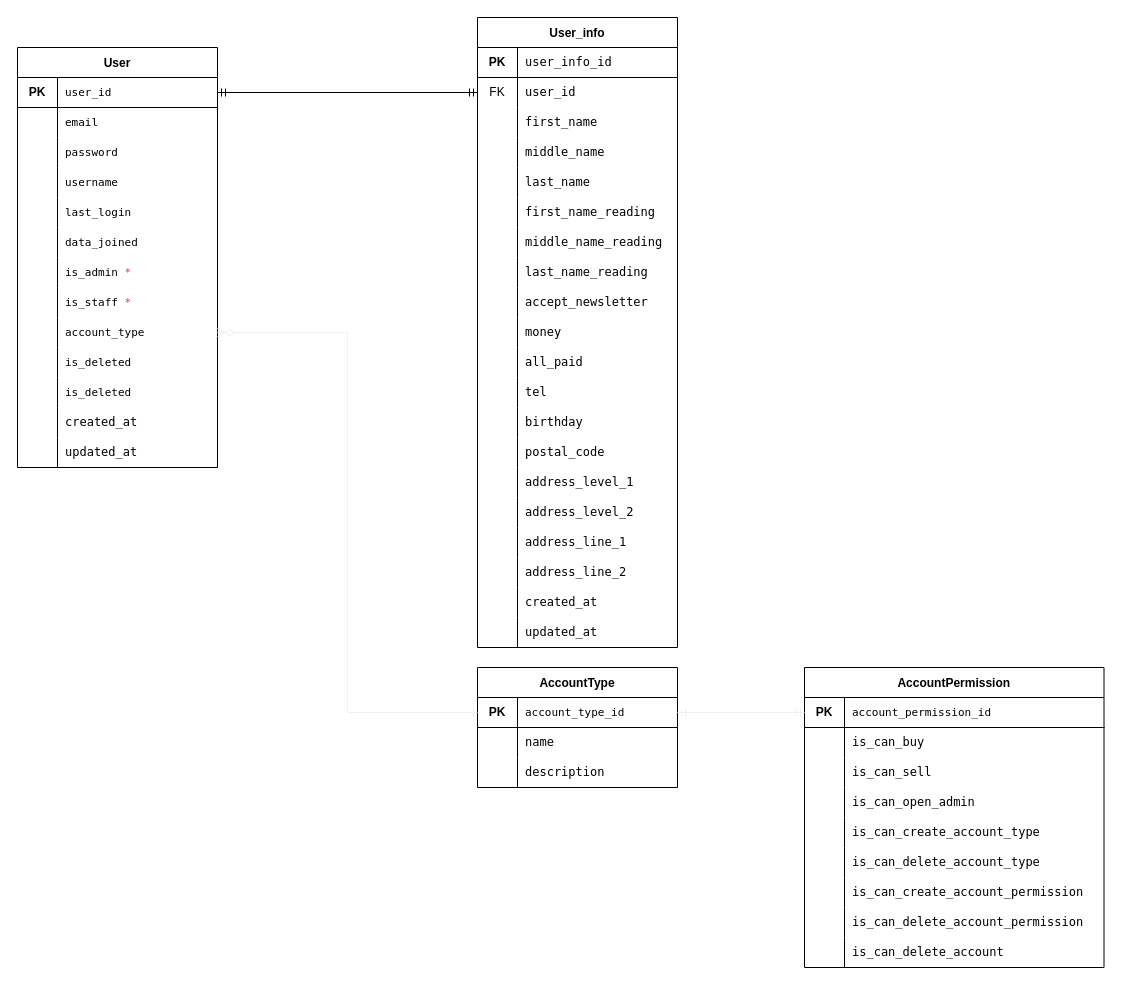
WebAppClub/ClubProject keeps this draw.io diagram as Doc/api/Doc/account/account.drawio. Above is the earlier version. Source tidied: cells renumbered, new cells numbered last; positions are measured from the earlier drawing's top-left corner, leaving out a move shared by most shapes. Both pictures are drawn from the tidied source at 100%, with x=0, y=0 at pixel (17, 17).
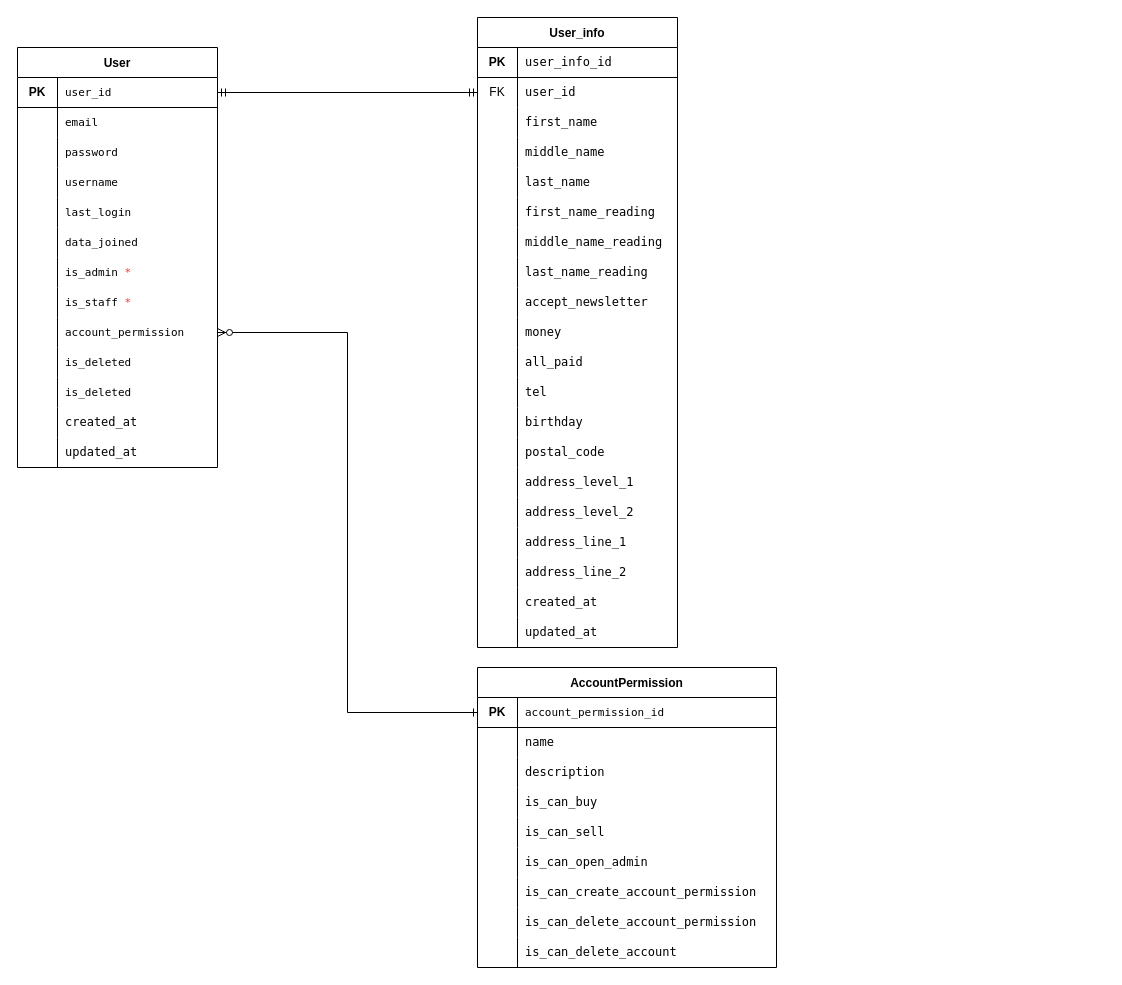
The same diagram, later.

Commit message (it also covers changes not shown here):
Account PermissionsとAccount Typeを合体!

Unchanged cells that the change refers to:
```xml
<mxCell id="27" style="shape=partialRectangle;html=1;whiteSpace=wrap;fillColor=none;top=0;left=0;bottom=0;right=0;points=[[0,0.5],[1,0.5]];portConstraint=eastwest;" parent="2" vertex="1">
  <mxGeometry y="270" width="200" height="30" as="geometry" />
</mxCell>
```

The edit, as a diff of the source:
```diff
@@
-    <mxCell id="29" value="&lt;font face=&quot;menlo, monaco, courier new, monospace&quot;&gt;&lt;span style=&quot;font-size: 11px&quot;&gt;account_type&lt;/span&gt;&lt;/font&gt;" style="shape=partialRectangle;html=1;whiteSpace=wrap;fillColor=none;top=0;left=0;bottom=0;right=0;align=left;spacingLeft=6;overflow=hidden;strokeColor=none;" parent="27" vertex="1">
+    <mxCell id="29" value="&lt;font face=&quot;menlo, monaco, courier new, monospace&quot;&gt;&lt;span style=&quot;font-size: 11px&quot;&gt;account_permission&lt;/span&gt;&lt;/font&gt;" style="shape=partialRectangle;html=1;whiteSpace=wrap;fillColor=none;top=0;left=0;bottom=0;right=0;align=left;spacingLeft=6;overflow=hidden;strokeColor=none;" parent="27" vertex="1">
       <mxGeometry x="40" width="160" height="30" as="geometry" />
     </mxCell>
@@
-    <mxCell id="104" value="AccountType" style="shape=table;startSize=30;childLayout=tableLayout;rowLines=0;fontStyle=1;align=center;" parent="1" vertex="1">
-      <mxGeometry x="460" y="650" width="200" height="120" as="geometry" />
+    <mxCell id="104" value="AccountPermission" style="shape=table;startSize=30;childLayout=tableLayout;rowLines=0;fontStyle=1;align=center;" parent="1" vertex="1">
+      <mxGeometry x="460" y="650" width="299" height="300" as="geometry" />
     </mxCell>
     <mxCell id="105" style="shape=partialRectangle;html=1;whiteSpace=wrap;fillColor=none;top=0;left=0;bottom=1;right=0;points=[[0,0.5],[1,0.5]];portConstraint=eastwest;" parent="104" vertex="1">
-      <mxGeometry y="30" width="200" height="30" as="geometry" />
+      <mxGeometry y="30" width="299" height="30" as="geometry" />
     </mxCell>
@@
-    <mxCell id="107" value="&lt;font face=&quot;menlo, monaco, courier new, monospace&quot;&gt;&lt;span style=&quot;font-size: 11px&quot;&gt;account_type_id&lt;/span&gt;&lt;/font&gt;" style="shape=partialRectangle;html=1;whiteSpace=wrap;fillColor=none;top=0;left=0;bottom=0;right=0;align=left;spacingLeft=6;overflow=hidden;" parent="105" vertex="1">
-      <mxGeometry x="40" width="160" height="30" as="geometry" />
+    <mxCell id="107" value="&lt;font face=&quot;menlo, monaco, courier new, monospace&quot;&gt;&lt;span style=&quot;font-size: 11px&quot;&gt;account_permission_id&lt;/span&gt;&lt;/font&gt;" style="shape=partialRectangle;html=1;whiteSpace=wrap;fillColor=none;top=0;left=0;bottom=0;right=0;align=left;spacingLeft=6;overflow=hidden;" parent="105" vertex="1">
+      <mxGeometry x="40" width="259" height="30" as="geometry" />
     </mxCell>
     <mxCell id="108" style="shape=partialRectangle;html=1;whiteSpace=wrap;fillColor=none;top=0;left=0;bottom=1;right=0;strokeColor=none;" parent="104" vertex="1">
-      <mxGeometry y="60" width="200" height="30" as="geometry" />
+      <mxGeometry y="60" width="299" height="30" as="geometry" />
     </mxCell>
@@
     <mxCell id="110" value="&lt;font face=&quot;menlo, monaco, courier new, monospace&quot;&gt;name&lt;/font&gt;" style="shape=partialRectangle;html=1;whiteSpace=wrap;top=0;left=0;bottom=0;right=0;align=left;spacingLeft=6;overflow=hidden;fillColor=none;" parent="108" vertex="1">
-      <mxGeometry x="40" width="160" height="30" as="geometry" />
+      <mxGeometry x="40" width="259" height="30" as="geometry" />
     </mxCell>
     <mxCell id="111" style="shape=partialRectangle;html=1;whiteSpace=wrap;fillColor=none;top=0;left=0;bottom=1;right=0;strokeColor=none;" parent="104" vertex="1">
-      <mxGeometry y="90" width="200" height="30" as="geometry" />
+      <mxGeometry y="90" width="299" height="30" as="geometry" />
     </mxCell>
@@
     <mxCell id="113" value="&lt;font face=&quot;menlo, monaco, courier new, monospace&quot;&gt;description&lt;/font&gt;" style="shape=partialRectangle;html=1;whiteSpace=wrap;top=0;left=0;bottom=0;right=0;align=left;spacingLeft=6;overflow=hidden;fillColor=none;" parent="111" vertex="1">
-      <mxGeometry x="40" width="160" height="30" as="geometry" />
+      <mxGeometry x="40" width="259" height="30" as="geometry" />
     </mxCell>
+    <mxCell id="144" style="shape=partialRectangle;html=1;whiteSpace=wrap;fillColor=none;top=0;left=0;bottom=1;right=0;strokeColor=none;" parent="104" vertex="1">
+      <mxGeometry y="120" width="299" height="30" as="geometry" />
+    </mxCell>
+    <mxCell id="145" style="shape=partialRectangle;html=1;whiteSpace=wrap;fillColor=none;top=0;left=0;bottom=0;right=0;overflow=hidden;" parent="144" vertex="1">
+      <mxGeometry width="40" height="30" as="geometry" />
+    </mxCell>
+    <mxCell id="121" value="&lt;font face=&quot;menlo, monaco, courier new, monospace&quot;&gt;is_can_buy&lt;/font&gt;" style="shape=partialRectangle;html=1;whiteSpace=wrap;top=0;left=0;bottom=0;right=0;align=left;spacingLeft=6;overflow=hidden;fillColor=none;" parent="144" vertex="1">
+      <mxGeometry x="40" width="259" height="30" as="geometry" />
+    </mxCell>
+    <mxCell id="146" style="shape=partialRectangle;html=1;whiteSpace=wrap;fillColor=none;top=0;left=0;bottom=1;right=0;strokeColor=none;" parent="104" vertex="1">
+      <mxGeometry y="150" width="299" height="30" as="geometry" />
+    </mxCell>
+    <mxCell id="147" style="shape=partialRectangle;html=1;whiteSpace=wrap;fillColor=none;top=0;left=0;bottom=0;right=0;overflow=hidden;" parent="146" vertex="1">
+      <mxGeometry width="40" height="30" as="geometry" />
+    </mxCell>
+    <mxCell id="124" value="&lt;font face=&quot;menlo, monaco, courier new, monospace&quot;&gt;is_can_sell&lt;/font&gt;" style="shape=partialRectangle;html=1;whiteSpace=wrap;top=0;left=0;bottom=0;right=0;align=left;spacingLeft=6;overflow=hidden;fillColor=none;" parent="146" vertex="1">
+      <mxGeometry x="40" width="259" height="30" as="geometry" />
+    </mxCell>
+    <mxCell id="148" style="shape=partialRectangle;html=1;whiteSpace=wrap;fillColor=none;top=0;left=0;bottom=1;right=0;strokeColor=none;" parent="104" vertex="1">
+      <mxGeometry y="180" width="299" height="30" as="geometry" />
+    </mxCell>
+    <mxCell id="149" style="shape=partialRectangle;html=1;whiteSpace=wrap;fillColor=none;top=0;left=0;bottom=0;right=0;overflow=hidden;" parent="148" vertex="1">
+      <mxGeometry width="40" height="30" as="geometry" />
+    </mxCell>
+    <mxCell id="127" value="&lt;font face=&quot;menlo, monaco, courier new, monospace&quot;&gt;is_can_open_admin&lt;br&gt;&lt;/font&gt;" style="shape=partialRectangle;html=1;whiteSpace=wrap;top=0;left=0;bottom=0;right=0;align=left;spacingLeft=6;overflow=hidden;fillColor=none;" parent="148" vertex="1">
+      <mxGeometry x="40" width="259" height="30" as="geometry" />
+    </mxCell>
+    <mxCell id="150" style="shape=partialRectangle;html=1;whiteSpace=wrap;fillColor=none;top=0;left=0;bottom=1;right=0;strokeColor=none;" parent="104" vertex="1">
+      <mxGeometry y="210" width="299" height="30" as="geometry" />
+    </mxCell>
+    <mxCell id="151" style="shape=partialRectangle;html=1;whiteSpace=wrap;fillColor=none;top=0;left=0;bottom=0;right=0;overflow=hidden;" parent="150" vertex="1">
+      <mxGeometry width="40" height="30" as="geometry" />
+    </mxCell>
+    <mxCell id="136" value="&lt;font face=&quot;menlo, monaco, courier new, monospace&quot;&gt;is_can_create_account_permission&lt;br&gt;&lt;/font&gt;" style="shape=partialRectangle;html=1;whiteSpace=wrap;top=0;left=0;bottom=0;right=0;align=left;spacingLeft=6;overflow=hidden;fillColor=none;" parent="150" vertex="1">
+      <mxGeometry x="40" width="259" height="30" as="geometry" />
+    </mxCell>
+    <mxCell id="152" style="shape=partialRectangle;html=1;whiteSpace=wrap;fillColor=none;top=0;left=0;bottom=1;right=0;strokeColor=none;" parent="104" vertex="1">
+      <mxGeometry y="240" width="299" height="30" as="geometry" />
+    </mxCell>
+    <mxCell id="153" style="shape=partialRectangle;html=1;whiteSpace=wrap;fillColor=none;top=0;left=0;bottom=0;right=0;overflow=hidden;" parent="152" vertex="1">
+      <mxGeometry width="40" height="30" as="geometry" />
+    </mxCell>
+    <mxCell id="139" value="&lt;font face=&quot;menlo, monaco, courier new, monospace&quot;&gt;is_can_delete_account_permission&lt;br&gt;&lt;/font&gt;" style="shape=partialRectangle;html=1;whiteSpace=wrap;top=0;left=0;bottom=0;right=0;align=left;spacingLeft=6;overflow=hidden;fillColor=none;" parent="152" vertex="1">
+      <mxGeometry x="40" width="259" height="30" as="geometry" />
+    </mxCell>
+    <mxCell id="154" style="shape=partialRectangle;html=1;whiteSpace=wrap;fillColor=none;top=0;left=0;bottom=1;right=0;strokeColor=none;" parent="104" vertex="1">
+      <mxGeometry y="270" width="299" height="30" as="geometry" />
+    </mxCell>
+    <mxCell id="155" style="shape=partialRectangle;html=1;whiteSpace=wrap;fillColor=none;top=0;left=0;bottom=0;right=0;overflow=hidden;" parent="154" vertex="1">
+      <mxGeometry width="40" height="30" as="geometry" />
+    </mxCell>
+    <mxCell id="142" value="&lt;font face=&quot;menlo, monaco, courier new, monospace&quot;&gt;is_can_delete_account&lt;br&gt;&lt;/font&gt;" style="shape=partialRectangle;html=1;whiteSpace=wrap;top=0;left=0;bottom=0;right=0;align=left;spacingLeft=6;overflow=hidden;fillColor=none;" parent="154" vertex="1">
+      <mxGeometry x="40" width="259" height="30" as="geometry" />
+    </mxCell>
-    <mxCell id="114" style="edgeStyle=orthogonalEdgeStyle;rounded=0;html=1;entryX=0;entryY=0.5;entryDx=0;entryDy=0;startArrow=ERzeroToMany;startFill=1;endArrow=ERone;endFill=0;strokeColor=#f0f0f0;" parent="1" edge="1" source="27" target="105">
+    <mxCell id="114" style="edgeStyle=orthogonalEdgeStyle;rounded=0;html=1;entryX=0;entryY=0.5;entryDx=0;entryDy=0;startArrow=ERzeroToMany;startFill=1;endArrow=ERone;endFill=0;" parent="1" edge="1" source="27" target="105">
       <mxGeometry relative="1" as="geometry" />
     </mxCell>
-    <mxCell id="115" value="AccountPermission" style="shape=table;startSize=30;childLayout=tableLayout;rowLines=0;fontStyle=1;align=center;" parent="1" vertex="1">
-      <mxGeometry x="787" y="650" width="299.5" height="300" as="geometry" />
-    </mxCell>
-    <mxCell id="116" style="shape=partialRectangle;html=1;whiteSpace=wrap;fillColor=none;top=0;left=0;bottom=1;right=0;points=[[0,0.5],[1,0.5]];portConstraint=eastwest;" parent="115" vertex="1">
-      <mxGeometry y="30" width="299.5" height="30" as="geometry" />
-    </mxCell>
-    <mxCell id="117" value="&lt;b&gt;PK&lt;/b&gt;" style="shape=partialRectangle;html=1;whiteSpace=wrap;fillColor=none;top=0;left=0;bottom=0;right=0;overflow=hidden;" parent="116" vertex="1">
-      <mxGeometry width="40" height="30" as="geometry" />
-    </mxCell>
-    <mxCell id="118" value="&lt;font face=&quot;menlo, monaco, courier new, monospace&quot;&gt;&lt;span style=&quot;font-size: 11px&quot;&gt;account_permission_id&lt;/span&gt;&lt;/font&gt;" style="shape=partialRectangle;html=1;whiteSpace=wrap;fillColor=none;top=0;left=0;bottom=0;right=0;align=left;spacingLeft=6;overflow=hidden;" parent="116" vertex="1">
-      <mxGeometry x="40" width="260" height="30" as="geometry" />
-    </mxCell>
-    <mxCell id="119" style="shape=partialRectangle;html=1;whiteSpace=wrap;fillColor=none;top=0;left=0;bottom=1;right=0;strokeColor=none;" parent="115" vertex="1">
-      <mxGeometry y="60" width="299.5" height="30" as="geometry" />
-    </mxCell>
-    <mxCell id="120" style="shape=partialRectangle;html=1;whiteSpace=wrap;fillColor=none;top=0;left=0;bottom=0;right=0;overflow=hidden;" parent="119" vertex="1">
-      <mxGeometry width="40" height="30" as="geometry" />
-    </mxCell>
-    <mxCell id="121" value="&lt;font face=&quot;menlo, monaco, courier new, monospace&quot;&gt;is_can_buy&lt;/font&gt;" style="shape=partialRectangle;html=1;whiteSpace=wrap;top=0;left=0;bottom=0;right=0;align=left;spacingLeft=6;overflow=hidden;fillColor=none;" parent="119" vertex="1">
-      <mxGeometry x="40" width="260" height="30" as="geometry" />
-    </mxCell>
-    <mxCell id="122" style="shape=partialRectangle;html=1;whiteSpace=wrap;fillColor=none;top=0;left=0;bottom=1;right=0;strokeColor=none;" parent="115" vertex="1">
-      <mxGeometry y="90" width="299.5" height="30" as="geometry" />
-    </mxCell>
-    <mxCell id="123" style="shape=partialRectangle;html=1;whiteSpace=wrap;fillColor=none;top=0;left=0;bottom=0;right=0;overflow=hidden;" parent="122" vertex="1">
-      <mxGeometry width="40" height="30" as="geometry" />
-    </mxCell>
-    <mxCell id="124" value="&lt;font face=&quot;menlo, monaco, courier new, monospace&quot;&gt;is_can_sell&lt;/font&gt;" style="shape=partialRectangle;html=1;whiteSpace=wrap;top=0;left=0;bottom=0;right=0;align=left;spacingLeft=6;overflow=hidden;fillColor=none;" parent="122" vertex="1">
-      <mxGeometry x="40" width="260" height="30" as="geometry" />
-    </mxCell>
-    <mxCell id="125" style="shape=partialRectangle;html=1;whiteSpace=wrap;fillColor=none;top=0;left=0;bottom=1;right=0;strokeColor=none;" parent="115" vertex="1">
-      <mxGeometry y="120" width="299.5" height="30" as="geometry" />
-    </mxCell>
-    <mxCell id="126" style="shape=partialRectangle;html=1;whiteSpace=wrap;fillColor=none;top=0;left=0;bottom=0;right=0;overflow=hidden;" parent="125" vertex="1">
-      <mxGeometry width="40" height="30" as="geometry" />
-    </mxCell>
-    <mxCell id="127" value="&lt;font face=&quot;menlo, monaco, courier new, monospace&quot;&gt;is_can_open_admin&lt;/font&gt;" style="shape=partialRectangle;html=1;whiteSpace=wrap;top=0;left=0;bottom=0;right=0;align=left;spacingLeft=6;overflow=hidden;fillColor=none;" parent="125" vertex="1">
-      <mxGeometry x="40" width="260" height="30" as="geometry" />
-    </mxCell>
-    <mxCell id="128" style="shape=partialRectangle;html=1;whiteSpace=wrap;fillColor=none;top=0;left=0;bottom=1;right=0;strokeColor=none;" parent="115" vertex="1">
-      <mxGeometry y="150" width="299.5" height="30" as="geometry" />
-    </mxCell>
-    <mxCell id="129" style="shape=partialRectangle;html=1;whiteSpace=wrap;fillColor=none;top=0;left=0;bottom=0;right=0;overflow=hidden;" parent="128" vertex="1">
-      <mxGeometry width="40" height="30" as="geometry" />
-    </mxCell>
-    <mxCell id="130" value="&lt;font face=&quot;menlo, monaco, courier new, monospace&quot;&gt;is_can_create_account_type&lt;/font&gt;" style="shape=partialRectangle;html=1;whiteSpace=wrap;top=0;left=0;bottom=0;right=0;align=left;spacingLeft=6;overflow=hidden;fillColor=none;" parent="128" vertex="1">
-      <mxGeometry x="40" width="260" height="30" as="geometry" />
-    </mxCell>
-    <mxCell id="131" style="shape=partialRectangle;html=1;whiteSpace=wrap;fillColor=none;top=0;left=0;bottom=1;right=0;strokeColor=none;" parent="115" vertex="1">
-      <mxGeometry y="180" width="299.5" height="30" as="geometry" />
-    </mxCell>
-    <mxCell id="132" style="shape=partialRectangle;html=1;whiteSpace=wrap;fillColor=none;top=0;left=0;bottom=0;right=0;overflow=hidden;" parent="131" vertex="1">
-      <mxGeometry width="40" height="30" as="geometry" />
-    </mxCell>
-    <mxCell id="133" value="&lt;font face=&quot;menlo, monaco, courier new, monospace&quot;&gt;is_can_delete_account_type&lt;/font&gt;" style="shape=partialRectangle;html=1;whiteSpace=wrap;top=0;left=0;bottom=0;right=0;align=left;spacingLeft=6;overflow=hidden;fillColor=none;" parent="131" vertex="1">
-      <mxGeometry x="40" width="260" height="30" as="geometry" />
-    </mxCell>
-    <mxCell id="134" style="shape=partialRectangle;html=1;whiteSpace=wrap;fillColor=none;top=0;left=0;bottom=1;right=0;strokeColor=none;" parent="115" vertex="1">
-      <mxGeometry y="210" width="299.5" height="30" as="geometry" />
-    </mxCell>
-    <mxCell id="135" style="shape=partialRectangle;html=1;whiteSpace=wrap;fillColor=none;top=0;left=0;bottom=0;right=0;overflow=hidden;" parent="134" vertex="1">
-      <mxGeometry width="40" height="30" as="geometry" />
-    </mxCell>
-    <mxCell id="136" value="&lt;font face=&quot;menlo, monaco, courier new, monospace&quot;&gt;is_can_create_account_permission&lt;/font&gt;" style="shape=partialRectangle;html=1;whiteSpace=wrap;top=0;left=0;bottom=0;right=0;align=left;spacingLeft=6;overflow=hidden;fillColor=none;" parent="134" vertex="1">
-      <mxGeometry x="40" width="260" height="30" as="geometry" />
-    </mxCell>
-    <mxCell id="137" style="shape=partialRectangle;html=1;whiteSpace=wrap;fillColor=none;top=0;left=0;bottom=1;right=0;strokeColor=none;" parent="115" vertex="1">
-      <mxGeometry y="240" width="299.5" height="30" as="geometry" />
-    </mxCell>
-    <mxCell id="138" style="shape=partialRectangle;html=1;whiteSpace=wrap;fillColor=none;top=0;left=0;bottom=0;right=0;overflow=hidden;" parent="137" vertex="1">
-      <mxGeometry width="40" height="30" as="geometry" />
-    </mxCell>
-    <mxCell id="139" value="&lt;font face=&quot;menlo, monaco, courier new, monospace&quot;&gt;is_can_delete_account_permission&lt;/font&gt;" style="shape=partialRectangle;html=1;whiteSpace=wrap;top=0;left=0;bottom=0;right=0;align=left;spacingLeft=6;overflow=hidden;fillColor=none;" parent="137" vertex="1">
-      <mxGeometry x="40" width="260" height="30" as="geometry" />
-    </mxCell>
-    <mxCell id="140" style="shape=partialRectangle;html=1;whiteSpace=wrap;fillColor=none;top=0;left=0;bottom=1;right=0;strokeColor=none;" parent="115" vertex="1">
-      <mxGeometry y="270" width="299.5" height="30" as="geometry" />
-    </mxCell>
-    <mxCell id="141" style="shape=partialRectangle;html=1;whiteSpace=wrap;fillColor=none;top=0;left=0;bottom=0;right=0;overflow=hidden;" parent="140" vertex="1">
-      <mxGeometry width="40" height="30" as="geometry" />
-    </mxCell>
-    <mxCell id="142" value="&lt;font face=&quot;menlo, monaco, courier new, monospace&quot;&gt;is_can_delete_account&lt;/font&gt;" style="shape=partialRectangle;html=1;whiteSpace=wrap;top=0;left=0;bottom=0;right=0;align=left;spacingLeft=6;overflow=hidden;fillColor=none;" parent="140" vertex="1">
-      <mxGeometry x="40" width="260" height="30" as="geometry" />
-    </mxCell>
-    <mxCell id="143" style="edgeStyle=orthogonalEdgeStyle;rounded=0;html=1;entryX=0;entryY=0.5;entryDx=0;entryDy=0;startArrow=ERmandOne;startFill=0;endArrow=ERmandOne;endFill=0;strokeColor=#f0f0f0;" parent="1" edge="1" source="105" target="116">
-      <mxGeometry relative="1" as="geometry" />
-    </mxCell>
```
